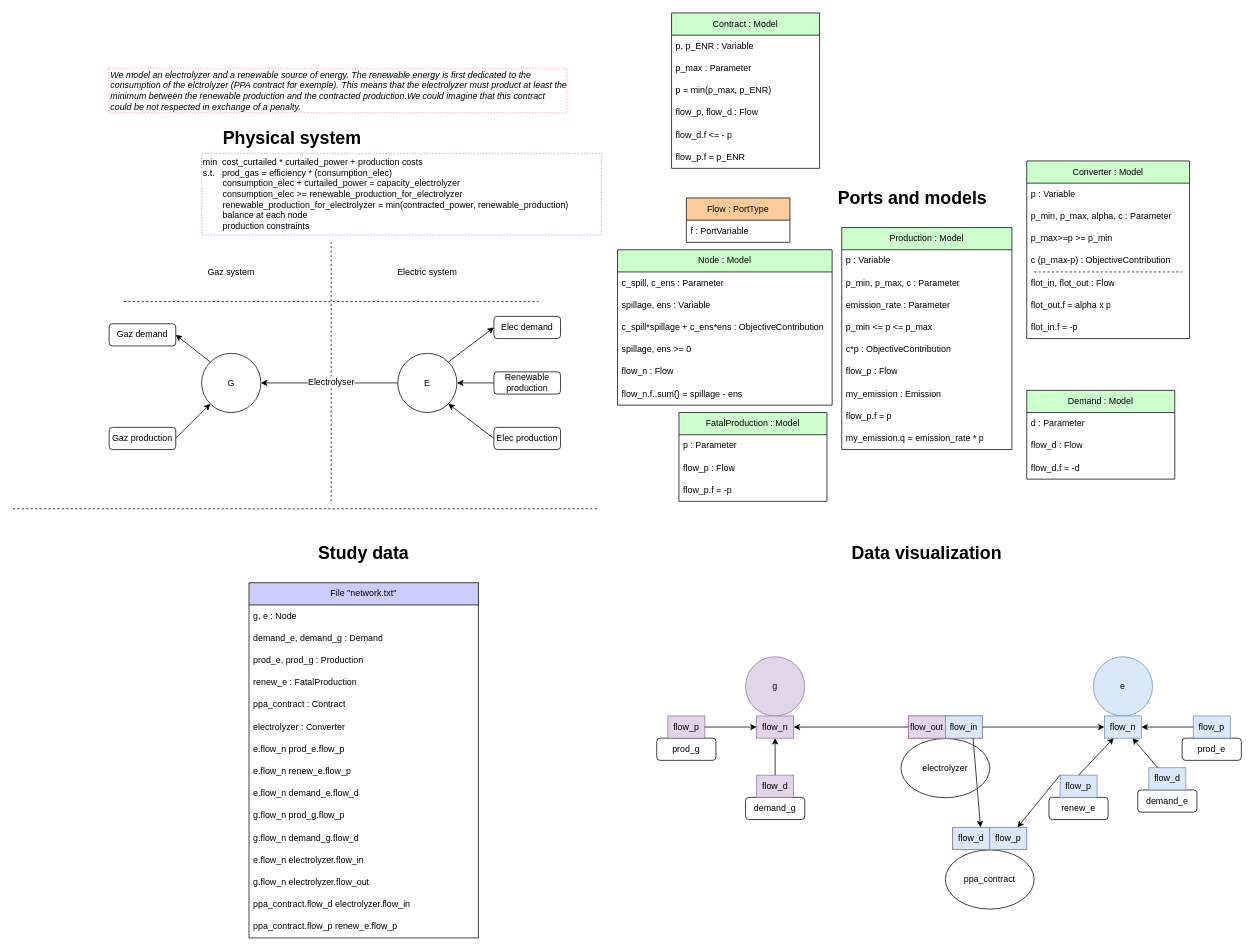
Earlier version of the draw.io diagram page "systems_liked_contract" (1 of 3) of models-design/systems/electrolyzer_subject_to_renawable.drawio (AntaresSimulatorTeam/andromede-modeling-prototype). Source tidied: cells renumbered, new cells numbered last; positions are measured from the earlier drawing's top-left corner, leaving out a move shared by most shapes. Both pictures are drawn from the tidied source at 74%, with x=0, y=0 at pixel (13, 13).
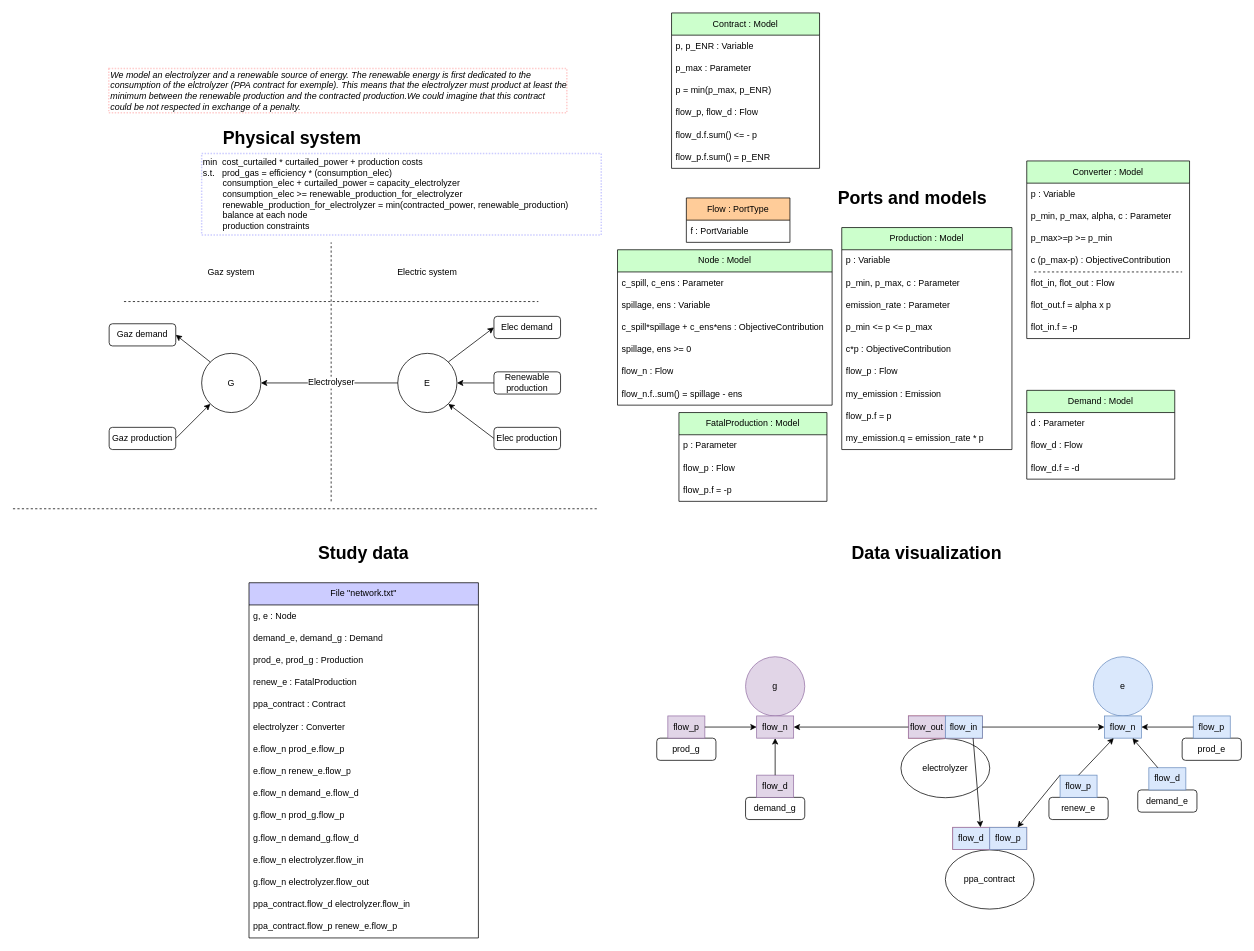
Above is the later version.

Unchanged cells that the change refers to:
```xml
<mxCell id="114" value="Contract : Model" style="swimlane;fontStyle=0;horizontal=1;startSize=30;whiteSpace=wrap;html=1;fillColor=#CCFFCC;fontColor=#000000;" parent="1" vertex="1">
  <mxGeometry x="890" width="200" height="210" as="geometry" />
</mxCell>
```

The edit, as a diff of the source:
```diff
@@
-    <mxCell id="119" value="flow_d.f &amp;lt;= - p" style="text;strokeColor=none;fillColor=none;align=left;verticalAlign=middle;spacingLeft=4;spacingRight=4;overflow=hidden;whiteSpace=wrap;html=1;" parent="114" vertex="1">
+    <mxCell id="119" value="flow_d.f.sum() &amp;lt;= - p" style="text;strokeColor=none;fillColor=none;align=left;verticalAlign=middle;spacingLeft=4;spacingRight=4;overflow=hidden;whiteSpace=wrap;html=1;" parent="114" vertex="1">
       <mxGeometry y="150" width="200" height="30" as="geometry" />
     </mxCell>
-    <mxCell id="120" value="flow_p.f = p_ENR" style="text;strokeColor=none;fillColor=none;align=left;verticalAlign=middle;spacingLeft=4;spacingRight=4;overflow=hidden;whiteSpace=wrap;html=1;" parent="114" vertex="1">
+    <mxCell id="120" value="flow_p.f.sum() = p_ENR" style="text;strokeColor=none;fillColor=none;align=left;verticalAlign=middle;spacingLeft=4;spacingRight=4;overflow=hidden;whiteSpace=wrap;html=1;" parent="114" vertex="1">
       <mxGeometry y="180" width="200" height="30" as="geometry" />
     </mxCell>
```
